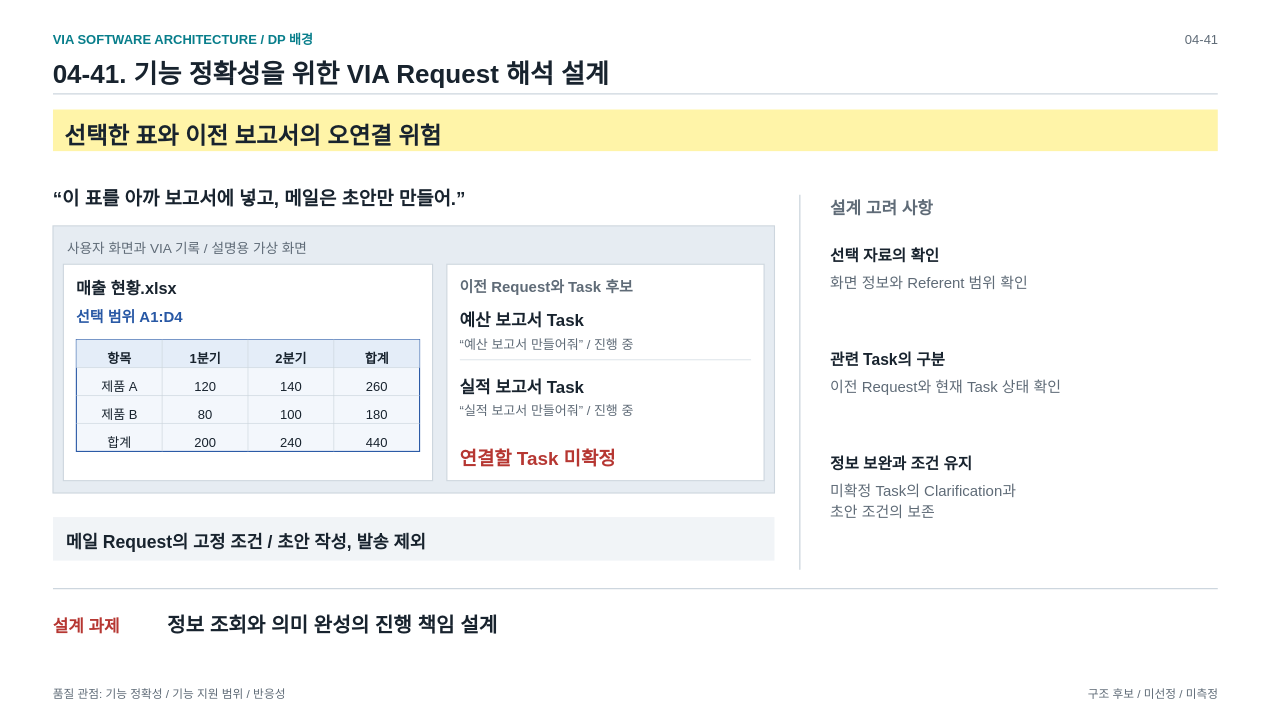
Above: page "04-41. VIA 사용자 요청 이해 설계" (2 of 6) of docs/presentations_files/dp-background/VIA-DP-background-overview-41-45.drawio in cbyche/via-sw-architecture (draw.io), before the change. Source tidied: cells renumbered, new cells numbered last; positions are measured from the earlier drawing's top-left corner, leaving out a move shared by most shapes. Both pictures are drawn from the tidied source at 65%, with x=0, y=0 at pixel (11, 11).
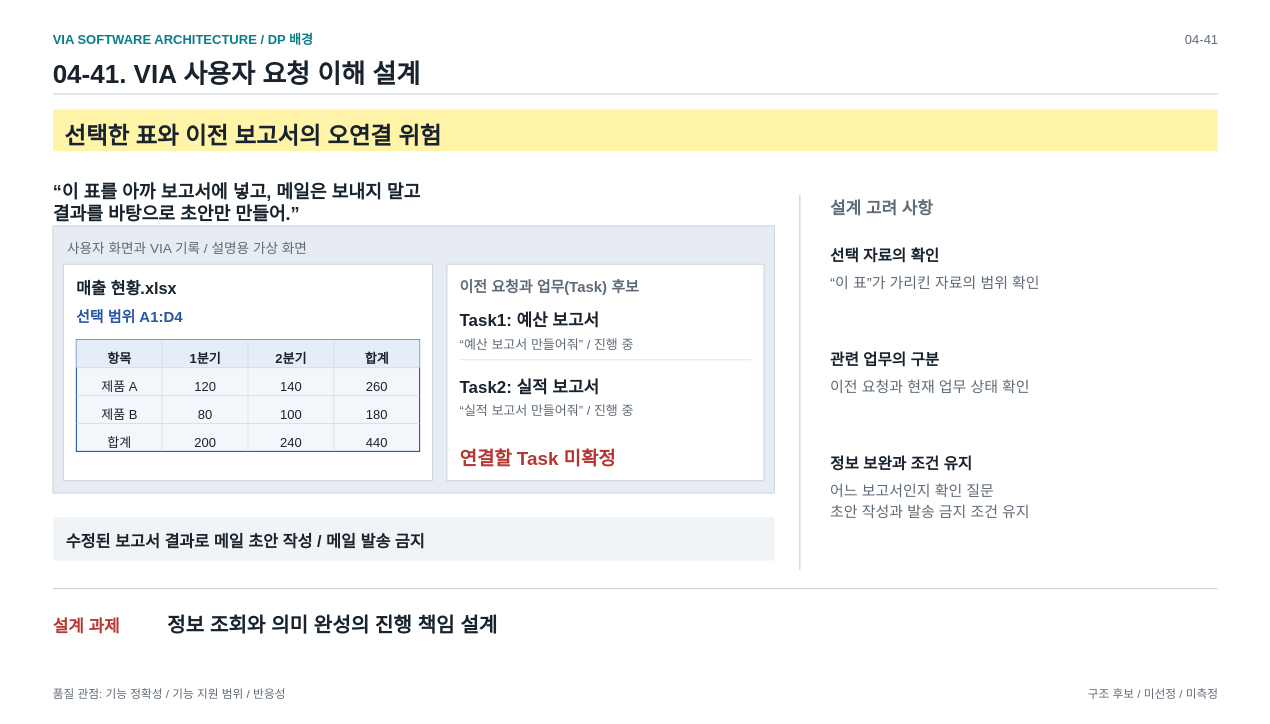
The same diagram, later.

The edit, as a diff of the source:
```diff
@@
-    <mxCell id="5" value="&lt;div style=&quot;line-height:1.3;&quot;&gt;04-41. 기능 정확성을 위한 VIA Request 해석 설계&lt;/div&gt;" style="fontFamily=Apple SD Gothic Neo;text;html=1;whiteSpace=nowrap;overflow=visible;fillColor=none;strokeColor=none;align=left;verticalAlign=top;spacing=0;fontSize=40;fontColor=#18232E;fontStyle=1;" parent="1" vertex="1">
+    <mxCell id="5" value="&lt;div style=&quot;line-height:1.3;&quot;&gt;04-41. VIA 사용자 요청 이해 설계&lt;/div&gt;" style="fontFamily=Apple SD Gothic Neo;text;html=1;whiteSpace=nowrap;overflow=visible;fillColor=none;strokeColor=none;align=left;verticalAlign=top;spacing=0;fontSize=40;fontColor=#18232E;fontStyle=1;" parent="1" vertex="1">
       <mxGeometry x="64" y="65" width="1780" height="52" as="geometry" />
     </mxCell>
@@
-    <mxCell id="16" value="&lt;div style=&quot;line-height:1.3;&quot;&gt;“이 표를 아까 보고서에 넣고, 메일은 초안만 만들어.”&lt;/div&gt;" style="fontFamily=Apple SD Gothic Neo;text;html=1;whiteSpace=nowrap;overflow=visible;fillColor=none;strokeColor=none;align=left;verticalAlign=top;spacing=0;fontSize=29;fontColor=#18232E;fontStyle=1;" parent="1" vertex="1">
-      <mxGeometry x="64" y="265" width="1110" height="37.7" as="geometry" />
+    <mxCell id="16" value="&lt;div style=&quot;line-height:1.25;&quot;&gt;“이 표를 아까 보고서에 넣고, 메일은 보내지 말고&lt;br&gt;결과를 바탕으로 초안만 만들어.”&lt;/div&gt;" style="fontFamily=Apple SD Gothic Neo;text;html=1;whiteSpace=nowrap;overflow=visible;fillColor=none;strokeColor=none;align=left;verticalAlign=top;spacing=0;fontSize=28;fontColor=#18232E;fontStyle=1;" parent="1" vertex="1">
+      <mxGeometry x="64" y="255" width="1110" height="70" as="geometry" />
     </mxCell>
@@
-    <mxCell id="47" value="&lt;div style=&quot;line-height:1.3;&quot;&gt;이전 Request와 Task 후보&lt;/div&gt;" style="fontFamily=Apple SD Gothic Neo;text;html=1;whiteSpace=nowrap;overflow=visible;fillColor=none;strokeColor=none;align=left;verticalAlign=top;spacing=0;fontSize=23;fontColor=#5F6B77;fontStyle=1;" parent="1" vertex="1">
+    <mxCell id="47" value="&lt;div style=&quot;line-height:1.3;&quot;&gt;이전 요청과 업무(Task) 후보&lt;/div&gt;" style="fontFamily=Apple SD Gothic Neo;text;html=1;whiteSpace=nowrap;overflow=visible;fillColor=none;strokeColor=none;align=left;verticalAlign=top;spacing=0;fontSize=23;fontColor=#5F6B77;fontStyle=1;" parent="1" vertex="1">
       <mxGeometry x="690" y="406" width="448" height="29.9" as="geometry" />
     </mxCell>
-    <mxCell id="48" value="&lt;div style=&quot;line-height:1.3000000000000003;&quot;&gt;예산 보고서 Task&lt;/div&gt;" style="fontFamily=Apple SD Gothic Neo;text;html=1;whiteSpace=nowrap;overflow=visible;fillColor=none;strokeColor=none;align=left;verticalAlign=top;spacing=0;fontSize=26;fontColor=#18232E;fontStyle=1;" parent="1" vertex="1">
+    <mxCell id="48" value="&lt;div style=&quot;line-height:1.3000000000000003;&quot;&gt;Task1: 예산 보고서&lt;/div&gt;" style="fontFamily=Apple SD Gothic Neo;text;html=1;whiteSpace=nowrap;overflow=visible;fillColor=none;strokeColor=none;align=left;verticalAlign=top;spacing=0;fontSize=26;fontColor=#18232E;fontStyle=1;" parent="1" vertex="1">
       <mxGeometry x="690" y="455" width="448" height="33.8" as="geometry" />
     </mxCell>
@@
-    <mxCell id="51" value="&lt;div style=&quot;line-height:1.3000000000000003;&quot;&gt;실적 보고서 Task&lt;/div&gt;" style="fontFamily=Apple SD Gothic Neo;text;html=1;whiteSpace=nowrap;overflow=visible;fillColor=none;strokeColor=none;align=left;verticalAlign=top;spacing=0;fontSize=26;fontColor=#18232E;fontStyle=1;" parent="1" vertex="1">
+    <mxCell id="51" value="&lt;div style=&quot;line-height:1.3000000000000003;&quot;&gt;Task2: 실적 보고서&lt;/div&gt;" style="fontFamily=Apple SD Gothic Neo;text;html=1;whiteSpace=nowrap;overflow=visible;fillColor=none;strokeColor=none;align=left;verticalAlign=top;spacing=0;fontSize=26;fontColor=#18232E;fontStyle=1;" parent="1" vertex="1">
       <mxGeometry x="690" y="557" width="448" height="33.8" as="geometry" />
     </mxCell>
@@
-    <mxCell id="55" value="&lt;div style=&quot;line-height:1.3;&quot;&gt;메일 Request의 고정 조건 / 초안 작성, 발송 제외&lt;/div&gt;" style="fontFamily=Apple SD Gothic Neo;text;html=1;whiteSpace=nowrap;overflow=visible;fillColor=none;strokeColor=none;align=left;verticalAlign=top;spacing=0;fontSize=27;fontColor=#18232E;fontStyle=1;" parent="1" vertex="1">
-      <mxGeometry x="84" y="795" width="1068" height="35.1" as="geometry" />
+    <mxCell id="55" value="&lt;div style=&quot;line-height:1.3;&quot;&gt;수정된 보고서 결과로 메일 초안 작성 / 메일 발송 금지&lt;/div&gt;" style="fontFamily=Apple SD Gothic Neo;text;html=1;whiteSpace=nowrap;overflow=visible;fillColor=none;strokeColor=none;align=left;verticalAlign=top;spacing=0;fontSize=25;fontColor=#18232E;fontStyle=1;" parent="1" vertex="1">
+      <mxGeometry x="84" y="795" width="1068" height="32.5" as="geometry" />
     </mxCell>
@@
-    <mxCell id="57" value="&lt;div style=&quot;line-height:1.434782608695652;&quot;&gt;화면 정보와 Referent 범위 확인&lt;/div&gt;" style="fontFamily=Apple SD Gothic Neo;text;html=1;whiteSpace=nowrap;overflow=visible;fillColor=none;strokeColor=none;align=left;verticalAlign=top;spacing=0;fontSize=23;fontColor=#5F6B77;fontStyle=0;" parent="1" vertex="1">
+    <mxCell id="57" value="&lt;div style=&quot;line-height:1.434782608695652;&quot;&gt;“이 표”가 가리킨 자료의 범위 확인&lt;/div&gt;" style="fontFamily=Apple SD Gothic Neo;text;html=1;whiteSpace=nowrap;overflow=visible;fillColor=none;strokeColor=none;align=left;verticalAlign=top;spacing=0;fontSize=23;fontColor=#5F6B77;fontStyle=0;" parent="1" vertex="1">
       <mxGeometry x="1260" y="397" width="596" height="33" as="geometry" />
     </mxCell>
-    <mxCell id="58" value="&lt;div style=&quot;line-height:1.3;&quot;&gt;관련 Task의 구분&lt;/div&gt;" style="fontFamily=Apple SD Gothic Neo;text;html=1;whiteSpace=nowrap;overflow=visible;fillColor=none;strokeColor=none;align=left;verticalAlign=top;spacing=0;fontSize=24;fontColor=#18232E;fontStyle=1;" parent="1" vertex="1">
+    <mxCell id="58" value="&lt;div style=&quot;line-height:1.3;&quot;&gt;관련 업무의 구분&lt;/div&gt;" style="fontFamily=Apple SD Gothic Neo;text;html=1;whiteSpace=nowrap;overflow=visible;fillColor=none;strokeColor=none;align=left;verticalAlign=top;spacing=0;fontSize=24;fontColor=#18232E;fontStyle=1;" parent="1" vertex="1">
       <mxGeometry x="1260" y="515" width="596" height="31.2" as="geometry" />
     </mxCell>
-    <mxCell id="59" value="&lt;div style=&quot;line-height:1.434782608695652;&quot;&gt;이전 Request와 현재 Task 상태 확인&lt;/div&gt;" style="fontFamily=Apple SD Gothic Neo;text;html=1;whiteSpace=nowrap;overflow=visible;fillColor=none;strokeColor=none;align=left;verticalAlign=top;spacing=0;fontSize=23;fontColor=#5F6B77;fontStyle=0;" parent="1" vertex="1">
+    <mxCell id="59" value="&lt;div style=&quot;line-height:1.434782608695652;&quot;&gt;이전 요청과 현재 업무 상태 확인&lt;/div&gt;" style="fontFamily=Apple SD Gothic Neo;text;html=1;whiteSpace=nowrap;overflow=visible;fillColor=none;strokeColor=none;align=left;verticalAlign=top;spacing=0;fontSize=23;fontColor=#5F6B77;fontStyle=0;" parent="1" vertex="1">
       <mxGeometry x="1260" y="557" width="596" height="33" as="geometry" />
     </mxCell>
@@
-    <mxCell id="61" value="&lt;div style=&quot;line-height:1.434782608695652;&quot;&gt;미확정 Task의 Clarification과&lt;br&gt;초안 조건의 보존&lt;/div&gt;" style="fontFamily=Apple SD Gothic Neo;text;html=1;whiteSpace=nowrap;overflow=visible;fillColor=none;strokeColor=none;align=left;verticalAlign=top;spacing=0;fontSize=23;fontColor=#5F6B77;fontStyle=0;" parent="1" vertex="1">
+    <mxCell id="61" value="&lt;div style=&quot;line-height:1.434782608695652;&quot;&gt;어느 보고서인지 확인 질문&lt;br&gt;초안 작성과 발송 금지 조건 유지&lt;/div&gt;" style="fontFamily=Apple SD Gothic Neo;text;html=1;whiteSpace=nowrap;overflow=visible;fillColor=none;strokeColor=none;align=left;verticalAlign=top;spacing=0;fontSize=23;fontColor=#5F6B77;fontStyle=0;" parent="1" vertex="1">
       <mxGeometry x="1260" y="717" width="596" height="66" as="geometry" />
     </mxCell>
```
